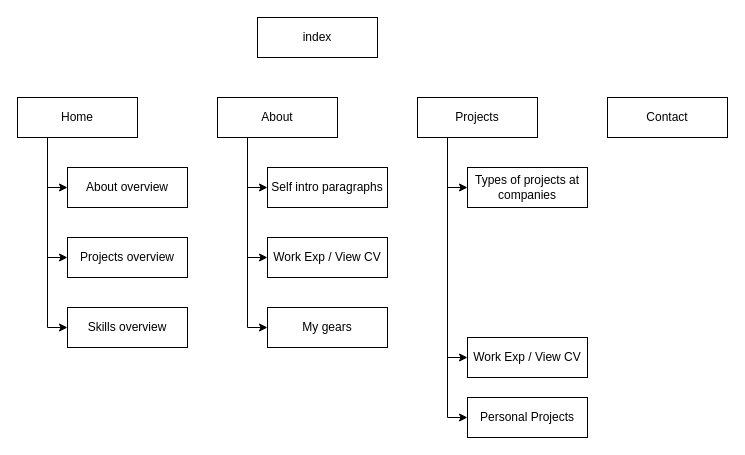
Above: Untitled Diagram.drawio in bensrww/portfolio (draw.io), before the change. Source tidied: cells renumbered, new cells numbered last; positions are measured from the earlier drawing's top-left corner, leaving out a move shared by most shapes. Both pictures are drawn from the tidied source at 100%, with x=0, y=0 at pixel (17, 17).
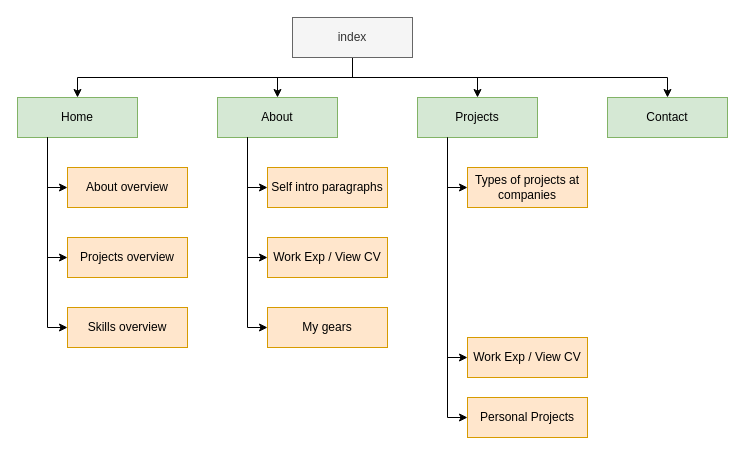
The same diagram, later.

Unchanged cells that the change refers to:
```xml
<mxCell id="5" style="group;" parent="2" vertex="1">
  <mxGeometry y="80" width="170" height="250" as="geometry" />
</mxCell>
<mxCell id="13" style="group;" parent="2" vertex="1">
  <mxGeometry x="200" y="80" width="170" height="250" as="geometry" />
</mxCell>
<mxCell id="21" style="group;" parent="2" vertex="1">
  <mxGeometry x="400" y="80" width="170" height="340" as="geometry" />
</mxCell>
```

The edit, as a diff of the source:
```diff
@@
+    <mxCell id="29" style="edgeStyle=orthogonalEdgeStyle;rounded=0;jettySize=auto;html=1;exitX=0.5;exitY=1;exitDx=0;exitDy=0;entryX=0.5;entryY=0;entryDx=0;entryDy=0;" parent="1" edge="1" source="3" target="6">
+      <mxGeometry relative="1" as="geometry" />
+    </mxCell>
+    <mxCell id="30" style="edgeStyle=orthogonalEdgeStyle;rounded=0;jettySize=auto;html=1;exitX=0.5;exitY=1;exitDx=0;exitDy=0;entryX=0.5;entryY=0;entryDx=0;entryDy=0;" parent="1" edge="1" source="3" target="14">
+      <mxGeometry relative="1" as="geometry" />
+    </mxCell>
+    <mxCell id="31" style="edgeStyle=orthogonalEdgeStyle;rounded=0;jettySize=auto;html=1;exitX=0.5;exitY=1;exitDx=0;exitDy=0;entryX=0.5;entryY=0;entryDx=0;entryDy=0;" parent="1" edge="1" source="3" target="24">
+      <mxGeometry relative="1" as="geometry" />
+    </mxCell>
+    <mxCell id="32" style="edgeStyle=orthogonalEdgeStyle;rounded=0;jettySize=auto;html=1;exitX=0.5;exitY=1;exitDx=0;exitDy=0;entryX=0.5;entryY=0;entryDx=0;entryDy=0;" parent="1" edge="1" source="3" target="4">
+      <mxGeometry relative="1" as="geometry" />
+    </mxCell>
@@
-    <mxCell id="3" value="index" style="rounded=0;whiteSpace=wrap;html=1;" parent="2" vertex="1">
-      <mxGeometry x="240" width="120" height="40" as="geometry" />
+    <mxCell id="3" value="index" style="rounded=0;whiteSpace=wrap;html=1;fillColor=#f5f5f5;fontColor=#333333;strokeColor=#666666;" parent="2" vertex="1">
+      <mxGeometry x="275" width="120" height="40" as="geometry" />
     </mxCell>
-    <mxCell id="4" value="Contact" style="rounded=0;whiteSpace=wrap;html=1;" parent="2" vertex="1">
+    <mxCell id="4" value="Contact" style="rounded=0;whiteSpace=wrap;html=1;fillColor=#d5e8d4;strokeColor=#82b366;" parent="2" vertex="1">
       <mxGeometry x="590" y="80" width="120" height="40" as="geometry" />
     </mxCell>
@@
-    <mxCell id="6" value="Home" style="rounded=0;whiteSpace=wrap;html=1;" parent="5" vertex="1">
+    <mxCell id="6" value="Home" style="rounded=0;whiteSpace=wrap;html=1;fillColor=#d5e8d4;strokeColor=#82b366;" parent="5" vertex="1">
       <mxGeometry width="120" height="40" as="geometry" />
     </mxCell>
-    <mxCell id="7" value="About overview" style="rounded=0;whiteSpace=wrap;html=1;" parent="5" vertex="1">
+    <mxCell id="7" value="About overview" style="rounded=0;whiteSpace=wrap;html=1;fillColor=#ffe6cc;strokeColor=#d79b00;" parent="5" vertex="1">
       <mxGeometry x="50" y="70" width="120" height="40" as="geometry" />
     </mxCell>
@@
-    <mxCell id="9" value="Projects overview" style="rounded=0;whiteSpace=wrap;html=1;" parent="5" vertex="1">
+    <mxCell id="9" value="Projects overview" style="rounded=0;whiteSpace=wrap;html=1;fillColor=#ffe6cc;strokeColor=#d79b00;" parent="5" vertex="1">
       <mxGeometry x="50" y="140" width="120" height="40" as="geometry" />
     </mxCell>
@@
-    <mxCell id="11" value="Skills overview" style="rounded=0;whiteSpace=wrap;html=1;" parent="5" vertex="1">
+    <mxCell id="11" value="Skills overview" style="rounded=0;whiteSpace=wrap;html=1;fillColor=#ffe6cc;strokeColor=#d79b00;" parent="5" vertex="1">
       <mxGeometry x="50" y="210" width="120" height="40" as="geometry" />
     </mxCell>
@@
-    <mxCell id="14" value="About" style="rounded=0;whiteSpace=wrap;html=1;" parent="13" vertex="1">
+    <mxCell id="14" value="About" style="rounded=0;whiteSpace=wrap;html=1;fillColor=#d5e8d4;strokeColor=#82b366;" parent="13" vertex="1">
       <mxGeometry width="120" height="40" as="geometry" />
     </mxCell>
-    <mxCell id="15" value="Self intro paragraphs" style="rounded=0;whiteSpace=wrap;html=1;" parent="13" vertex="1">
+    <mxCell id="15" value="Self intro paragraphs" style="rounded=0;whiteSpace=wrap;html=1;fillColor=#ffe6cc;strokeColor=#d79b00;" parent="13" vertex="1">
       <mxGeometry x="50" y="70" width="120" height="40" as="geometry" />
     </mxCell>
@@
-    <mxCell id="17" value="Work Exp / View CV" style="rounded=0;whiteSpace=wrap;html=1;" parent="13" vertex="1">
+    <mxCell id="17" value="Work Exp / View CV" style="rounded=0;whiteSpace=wrap;html=1;fillColor=#ffe6cc;strokeColor=#d79b00;" parent="13" vertex="1">
       <mxGeometry x="50" y="140" width="120" height="40" as="geometry" />
     </mxCell>
@@
-    <mxCell id="19" value="My gears" style="rounded=0;whiteSpace=wrap;html=1;" parent="13" vertex="1">
+    <mxCell id="19" value="My gears" style="rounded=0;whiteSpace=wrap;html=1;fillColor=#ffe6cc;strokeColor=#d79b00;" parent="13" vertex="1">
       <mxGeometry x="50" y="210" width="120" height="40" as="geometry" />
     </mxCell>
@@
-    <mxCell id="22" value="Personal Projects" style="rounded=0;whiteSpace=wrap;html=1;" parent="21" vertex="1">
+    <mxCell id="22" value="Personal Projects" style="rounded=0;whiteSpace=wrap;html=1;fillColor=#ffe6cc;strokeColor=#d79b00;" parent="21" vertex="1">
       <mxGeometry x="50" y="300" width="120" height="40" as="geometry" />
     </mxCell>
@@
-    <mxCell id="24" value="Projects" style="rounded=0;whiteSpace=wrap;html=1;" parent="21" vertex="1">
+    <mxCell id="24" value="Projects" style="rounded=0;whiteSpace=wrap;html=1;fillColor=#d5e8d4;strokeColor=#82b366;" parent="21" vertex="1">
       <mxGeometry width="120" height="40" as="geometry" />
     </mxCell>
@@
-    <mxCell id="27" value="Types of projects at companies" style="rounded=0;whiteSpace=wrap;html=1;" parent="21" vertex="1">
+    <mxCell id="27" value="Types of projects at companies" style="rounded=0;whiteSpace=wrap;html=1;fillColor=#ffe6cc;strokeColor=#d79b00;" parent="21" vertex="1">
       <mxGeometry x="50" y="70" width="120" height="40" as="geometry" />
     </mxCell>
-    <mxCell id="28" value="Work Exp / View CV" style="rounded=0;whiteSpace=wrap;html=1;" parent="21" vertex="1">
+    <mxCell id="28" value="Work Exp / View CV" style="rounded=0;whiteSpace=wrap;html=1;fillColor=#ffe6cc;strokeColor=#d79b00;" parent="21" vertex="1">
       <mxGeometry x="50" y="240" width="120" height="40" as="geometry" />
     </mxCell>
```
